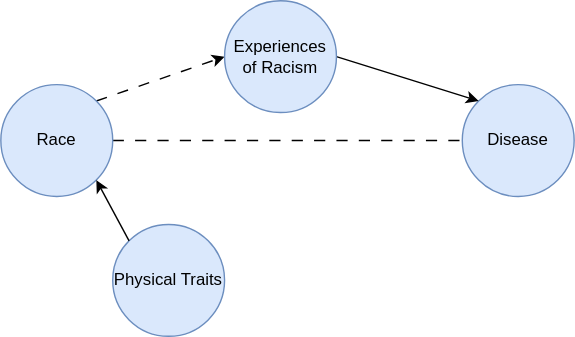
The draw.io diagram docs/source/model_design/general_reference_material/bliss/race_ethnicity/race_b_v1.svg in ihmeuw/vivarium_research, before a commit. Source tidied: cells renumbered, new cells last; positions are measured from the earlier drawing's top-left corner, leaving out a move shared by most shapes.
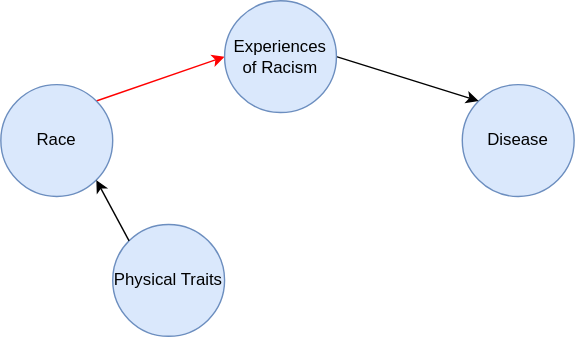
Later version of the same file.

Diff of the diagram source:
```diff
@@ -2,10 +2,7 @@
   <root>
     <mxCell id="0" />
     <mxCell id="1" parent="0" />
-    <mxCell id="2" style="edgeStyle=orthogonalEdgeStyle;rounded=0;jettySize=auto;html=1;exitX=1;exitY=0.5;exitDx=0;exitDy=0;entryX=0;entryY=0.5;entryDx=0;entryDy=0;endArrow=none;endFill=0;dashed=1;dashPattern=8 8;" parent="1" edge="1" source="4" target="6">
-      <mxGeometry relative="1" as="geometry" />
-    </mxCell>
-    <mxCell id="3" style="rounded=0;jettySize=auto;html=1;exitX=1;exitY=0;exitDx=0;exitDy=0;entryX=0;entryY=0.5;entryDx=0;entryDy=0;dashed=1;dashPattern=8 8;" parent="1" edge="1" source="4" target="10">
+    <mxCell id="3" style="rounded=0;jettySize=auto;html=1;exitX=1;exitY=0;exitDx=0;exitDy=0;entryX=0;entryY=0.5;entryDx=0;entryDy=0;strokeColor=#ff0000;" parent="1" edge="1" source="4" target="10">
       <mxGeometry relative="1" as="geometry" />
     </mxCell>
     <mxCell id="4" value="Race" style="ellipse;whiteSpace=wrap;html=1;fillColor=#dae8fc;strokeColor=#6c8ebf;" parent="1" vertex="1">
```
